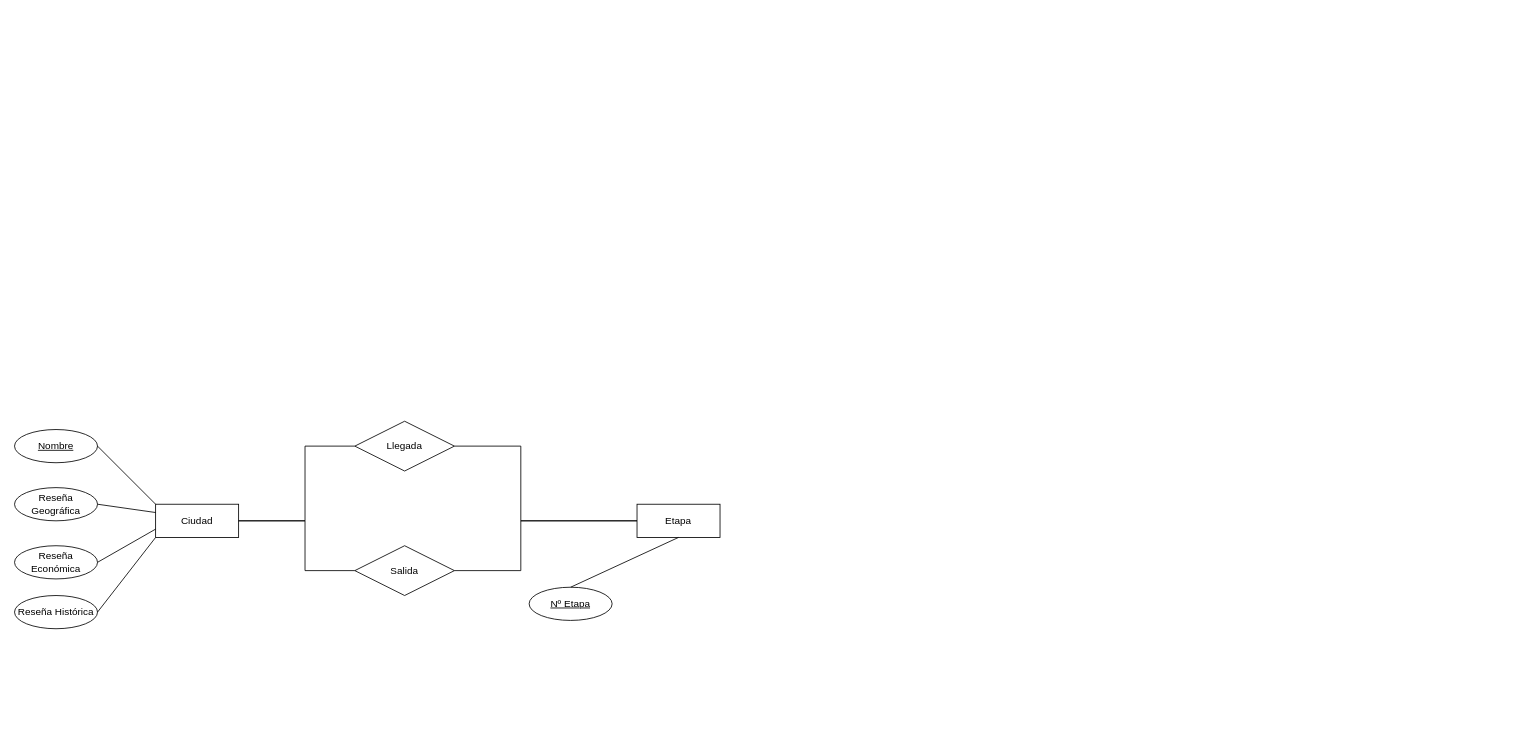
This is Diagrama sin título.drawio from Pederysky/Cosas-de-clase, a draw.io file, before an edit. Source tidied: cells renumbered, new cells numbered last; positions are measured from the earlier drawing's top-left corner, leaving out a move shared by most shapes. Both pictures are drawn from the tidied source at 83%, with x=0, y=0 at pixel (14, 421).
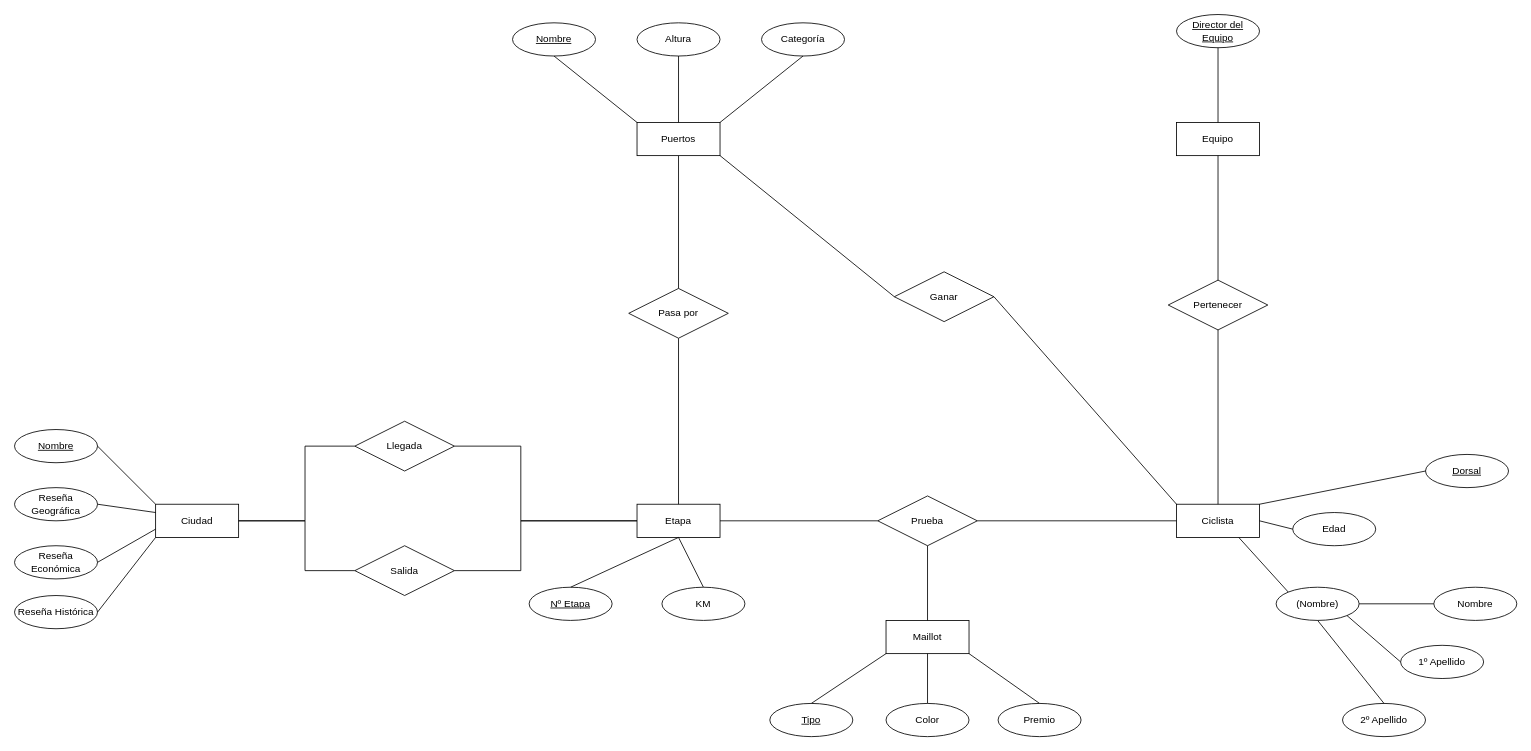
Above is the later version.

The change refers to these unchanged cells:
```xml
<mxCell id="17" value="Etapa" style="whiteSpace=wrap;html=1;align=center;" parent="1" vertex="1">
  <mxGeometry x="750" y="100" width="100" height="40" as="geometry" />
</mxCell>
```

Change to the diagram source:
```diff
@@
+    <mxCell id="20" value="Prueba" style="shape=rhombus;perimeter=rhombusPerimeter;whiteSpace=wrap;html=1;align=center;" parent="1" vertex="1">
+      <mxGeometry x="1040" y="90" width="120" height="60" as="geometry" />
+    </mxCell>
+    <mxCell id="21" value="Maillot" style="whiteSpace=wrap;html=1;align=center;" parent="1" vertex="1">
+      <mxGeometry x="1050" y="240" width="100" height="40" as="geometry" />
+    </mxCell>
+    <mxCell id="22" style="endArrow=none;html=1;rounded=0;exitX=0.5;exitY=1;exitDx=0;exitDy=0;entryX=0.5;entryY=0;entryDx=0;entryDy=0;" parent="1" edge="1" source="20" target="21">
+      <mxGeometry relative="1" as="geometry" />
+    </mxCell>
+    <mxCell id="23" value="Ciclista" style="whiteSpace=wrap;html=1;align=center;" parent="1" vertex="1">
+      <mxGeometry x="1400" y="100" width="100" height="40" as="geometry" />
+    </mxCell>
+    <mxCell id="24" style="endArrow=none;html=1;rounded=0;exitX=1;exitY=0.5;exitDx=0;exitDy=0;" parent="1" edge="1" source="17" target="20">
+      <mxGeometry relative="1" as="geometry" />
+    </mxCell>
+    <mxCell id="25" style="endArrow=none;html=1;rounded=0;entryX=0;entryY=0.5;entryDx=0;entryDy=0;exitX=1;exitY=0.5;exitDx=0;exitDy=0;" parent="1" edge="1" source="20" target="23">
+      <mxGeometry relative="1" as="geometry" />
+    </mxCell>
+    <mxCell id="26" value="Pertenecer" style="shape=rhombus;perimeter=rhombusPerimeter;whiteSpace=wrap;html=1;align=center;" parent="1" vertex="1">
+      <mxGeometry x="1390" y="-170" width="120" height="60" as="geometry" />
+    </mxCell>
+    <mxCell id="27" value="Equipo" style="whiteSpace=wrap;html=1;align=center;" parent="1" vertex="1">
+      <mxGeometry x="1400" y="-360" width="100" height="40" as="geometry" />
+    </mxCell>
+    <mxCell id="28" style="endArrow=none;html=1;rounded=0;entryX=0.5;entryY=1;entryDx=0;entryDy=0;exitX=0.5;exitY=0;exitDx=0;exitDy=0;" parent="1" edge="1" source="26" target="27">
+      <mxGeometry relative="1" as="geometry" />
+    </mxCell>
+    <mxCell id="29" style="endArrow=none;html=1;rounded=0;entryX=0.5;entryY=1;entryDx=0;entryDy=0;exitX=0.5;exitY=0;exitDx=0;exitDy=0;" parent="1" edge="1" source="23" target="26">
+      <mxGeometry relative="1" as="geometry" />
+    </mxCell>
+    <mxCell id="30" value="Dorsal" style="ellipse;whiteSpace=wrap;html=1;align=center;fontStyle=4;" parent="1" vertex="1">
+      <mxGeometry x="1700" y="40" width="100" height="40" as="geometry" />
+    </mxCell>
+    <mxCell id="31" value="Edad" style="ellipse;whiteSpace=wrap;html=1;align=center;" parent="1" vertex="1">
+      <mxGeometry x="1540" y="110" width="100" height="40" as="geometry" />
+    </mxCell>
+    <mxCell id="32" value="Director del Equipo" style="ellipse;whiteSpace=wrap;html=1;align=center;fontStyle=4;" parent="1" vertex="1">
+      <mxGeometry x="1400" y="-490" width="100" height="40" as="geometry" />
+    </mxCell>
+    <mxCell id="33" style="endArrow=none;html=1;rounded=0;entryX=0.5;entryY=1;entryDx=0;entryDy=0;exitX=0.5;exitY=0;exitDx=0;exitDy=0;" parent="1" edge="1" source="27" target="32">
+      <mxGeometry relative="1" as="geometry" />
+    </mxCell>
+    <mxCell id="34" value="(Nombre)" style="ellipse;whiteSpace=wrap;html=1;align=center;" parent="1" vertex="1">
+      <mxGeometry x="1520" y="200" width="100" height="40" as="geometry" />
+    </mxCell>
+    <mxCell id="35" value="Nombre" style="ellipse;whiteSpace=wrap;html=1;align=center;" parent="1" vertex="1">
+      <mxGeometry x="1710" y="200" width="100" height="40" as="geometry" />
+    </mxCell>
+    <mxCell id="36" value="1º Apellido" style="ellipse;whiteSpace=wrap;html=1;align=center;" parent="1" vertex="1">
+      <mxGeometry x="1670" y="270" width="100" height="40" as="geometry" />
+    </mxCell>
+    <mxCell id="37" value="2º Apellido" style="ellipse;whiteSpace=wrap;html=1;align=center;" parent="1" vertex="1">
+      <mxGeometry x="1600" y="340" width="100" height="40" as="geometry" />
+    </mxCell>
+    <mxCell id="38" style="endArrow=none;html=1;rounded=0;entryX=0;entryY=0.5;entryDx=0;entryDy=0;exitX=1;exitY=0.5;exitDx=0;exitDy=0;" parent="1" edge="1" source="34" target="35">
+      <mxGeometry relative="1" as="geometry" />
+    </mxCell>
+    <mxCell id="39" style="endArrow=none;html=1;rounded=0;entryX=0;entryY=0.5;entryDx=0;entryDy=0;exitX=1;exitY=1;exitDx=0;exitDy=0;" parent="1" edge="1" source="34" target="36">
+      <mxGeometry relative="1" as="geometry" />
+    </mxCell>
+    <mxCell id="40" style="endArrow=none;html=1;rounded=0;exitX=0.5;exitY=1;exitDx=0;exitDy=0;entryX=0.5;entryY=0;entryDx=0;entryDy=0;" parent="1" edge="1" source="34" target="37">
+      <mxGeometry relative="1" as="geometry" />
+    </mxCell>
+    <mxCell id="41" style="endArrow=none;html=1;rounded=0;exitX=0.75;exitY=1;exitDx=0;exitDy=0;entryX=0;entryY=0;entryDx=0;entryDy=0;" parent="1" edge="1" source="23" target="34">
+      <mxGeometry relative="1" as="geometry" />
+    </mxCell>
+    <mxCell id="42" style="endArrow=none;html=1;rounded=0;entryX=0;entryY=0.5;entryDx=0;entryDy=0;exitX=1;exitY=0.5;exitDx=0;exitDy=0;" parent="1" edge="1" source="23" target="31">
+      <mxGeometry relative="1" as="geometry" />
+    </mxCell>
+    <mxCell id="43" style="endArrow=none;html=1;rounded=0;entryX=0;entryY=0.5;entryDx=0;entryDy=0;exitX=1;exitY=0;exitDx=0;exitDy=0;" parent="1" edge="1" source="23" target="30">
+      <mxGeometry relative="1" as="geometry" />
+    </mxCell>
+    <mxCell id="44" value="Color" style="ellipse;whiteSpace=wrap;html=1;align=center;" parent="1" vertex="1">
+      <mxGeometry x="1050" y="340" width="100" height="40" as="geometry" />
+    </mxCell>
+    <mxCell id="45" value="Tipo" style="ellipse;whiteSpace=wrap;html=1;align=center;fontStyle=4;" parent="1" vertex="1">
+      <mxGeometry x="910" y="340" width="100" height="40" as="geometry" />
+    </mxCell>
+    <mxCell id="46" value="Premio" style="ellipse;whiteSpace=wrap;html=1;align=center;" parent="1" vertex="1">
+      <mxGeometry x="1185" y="340" width="100" height="40" as="geometry" />
+    </mxCell>
+    <mxCell id="47" style="endArrow=none;html=1;rounded=0;entryX=0.5;entryY=0;entryDx=0;entryDy=0;exitX=1;exitY=1;exitDx=0;exitDy=0;" parent="1" edge="1" source="21" target="46">
+      <mxGeometry relative="1" as="geometry" />
+    </mxCell>
+    <mxCell id="48" style="endArrow=none;html=1;rounded=0;entryX=0.5;entryY=1;entryDx=0;entryDy=0;exitX=0.5;exitY=0;exitDx=0;exitDy=0;" parent="1" edge="1" source="44" target="21">
+      <mxGeometry relative="1" as="geometry" />
+    </mxCell>
+    <mxCell id="49" style="endArrow=none;html=1;rounded=0;entryX=0;entryY=1;entryDx=0;entryDy=0;exitX=0.5;exitY=0;exitDx=0;exitDy=0;" parent="1" edge="1" source="45" target="21">
+      <mxGeometry relative="1" as="geometry" />
+    </mxCell>
+    <mxCell id="50" value="KM" style="ellipse;whiteSpace=wrap;html=1;align=center;" parent="1" vertex="1">
+      <mxGeometry x="780" y="200" width="100" height="40" as="geometry" />
+    </mxCell>
+    <mxCell id="51" style="endArrow=none;html=1;rounded=0;exitX=0.5;exitY=0;exitDx=0;exitDy=0;entryX=0.5;entryY=1;entryDx=0;entryDy=0;" parent="1" edge="1" source="50" target="17">
+      <mxGeometry relative="1" as="geometry" />
+    </mxCell>
+    <mxCell id="52" style="endArrow=none;html=1;rounded=0;exitX=0.5;exitY=0;exitDx=0;exitDy=0;" parent="1" edge="1" source="17" target="53">
+      <mxGeometry relative="1" as="geometry" />
+    </mxCell>
+    <mxCell id="53" value="Pasa por" style="shape=rhombus;perimeter=rhombusPerimeter;whiteSpace=wrap;html=1;align=center;" parent="1" vertex="1">
+      <mxGeometry x="740" y="-160" width="120" height="60" as="geometry" />
+    </mxCell>
+    <mxCell id="54" style="endArrow=none;html=1;rounded=0;exitX=0.5;exitY=0;exitDx=0;exitDy=0;entryX=0.5;entryY=1;entryDx=0;entryDy=0;" parent="1" edge="1" source="53" target="55">
+      <mxGeometry relative="1" as="geometry" />
+    </mxCell>
+    <mxCell id="55" value="Puertos" style="whiteSpace=wrap;html=1;align=center;" parent="1" vertex="1">
+      <mxGeometry x="750" y="-360" width="100" height="40" as="geometry" />
+    </mxCell>
+    <mxCell id="56" value="Nombre" style="ellipse;whiteSpace=wrap;html=1;align=center;fontStyle=4;" parent="1" vertex="1">
+      <mxGeometry x="600" y="-480" width="100" height="40" as="geometry" />
+    </mxCell>
+    <mxCell id="57" value="Altura" style="ellipse;whiteSpace=wrap;html=1;align=center;" parent="1" vertex="1">
+      <mxGeometry x="750" y="-480" width="100" height="40" as="geometry" />
+    </mxCell>
+    <mxCell id="58" value="Categoría" style="ellipse;whiteSpace=wrap;html=1;align=center;" parent="1" vertex="1">
+      <mxGeometry x="900" y="-480" width="100" height="40" as="geometry" />
+    </mxCell>
+    <mxCell id="59" style="endArrow=none;html=1;rounded=0;exitX=0.5;exitY=1;exitDx=0;exitDy=0;entryX=0;entryY=0;entryDx=0;entryDy=0;" parent="1" edge="1" source="56" target="55">
+      <mxGeometry relative="1" as="geometry" />
+    </mxCell>
+    <mxCell id="60" style="endArrow=none;html=1;rounded=0;exitX=0.5;exitY=1;exitDx=0;exitDy=0;entryX=0.5;entryY=0;entryDx=0;entryDy=0;" parent="1" edge="1" source="57" target="55">
+      <mxGeometry relative="1" as="geometry" />
+    </mxCell>
+    <mxCell id="61" style="endArrow=none;html=1;rounded=0;exitX=1;exitY=0;exitDx=0;exitDy=0;entryX=0.5;entryY=1;entryDx=0;entryDy=0;" parent="1" edge="1" source="55" target="58">
+      <mxGeometry relative="1" as="geometry" />
+    </mxCell>
+    <mxCell id="62" value="Ganar" style="shape=rhombus;perimeter=rhombusPerimeter;whiteSpace=wrap;html=1;align=center;" parent="1" vertex="1">
+      <mxGeometry x="1060" y="-180" width="120" height="60" as="geometry" />
+    </mxCell>
+    <mxCell id="63" style="endArrow=none;html=1;rounded=0;exitX=1;exitY=1;exitDx=0;exitDy=0;entryX=0;entryY=0.5;entryDx=0;entryDy=0;" parent="1" edge="1" source="55" target="62">
+      <mxGeometry relative="1" as="geometry" />
+    </mxCell>
+    <mxCell id="64" style="endArrow=none;html=1;rounded=0;exitX=1;exitY=0.5;exitDx=0;exitDy=0;entryX=0;entryY=0;entryDx=0;entryDy=0;" parent="1" edge="1" source="62" target="23">
+      <mxGeometry relative="1" as="geometry" />
+    </mxCell>
```
